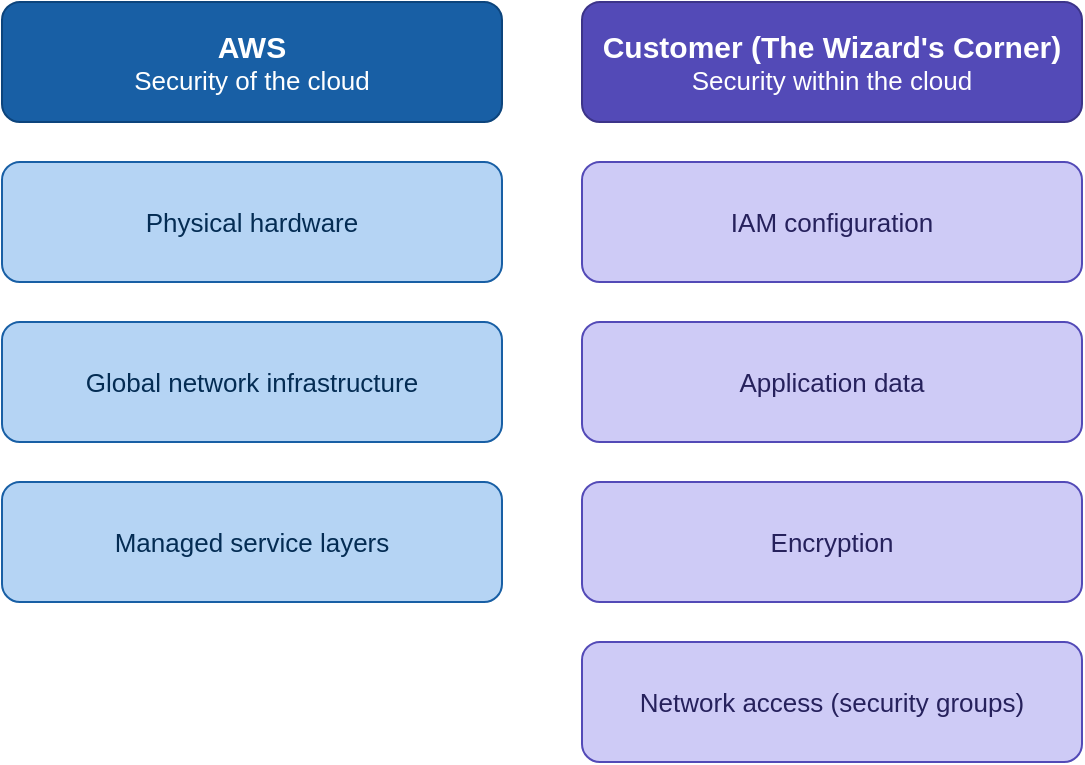
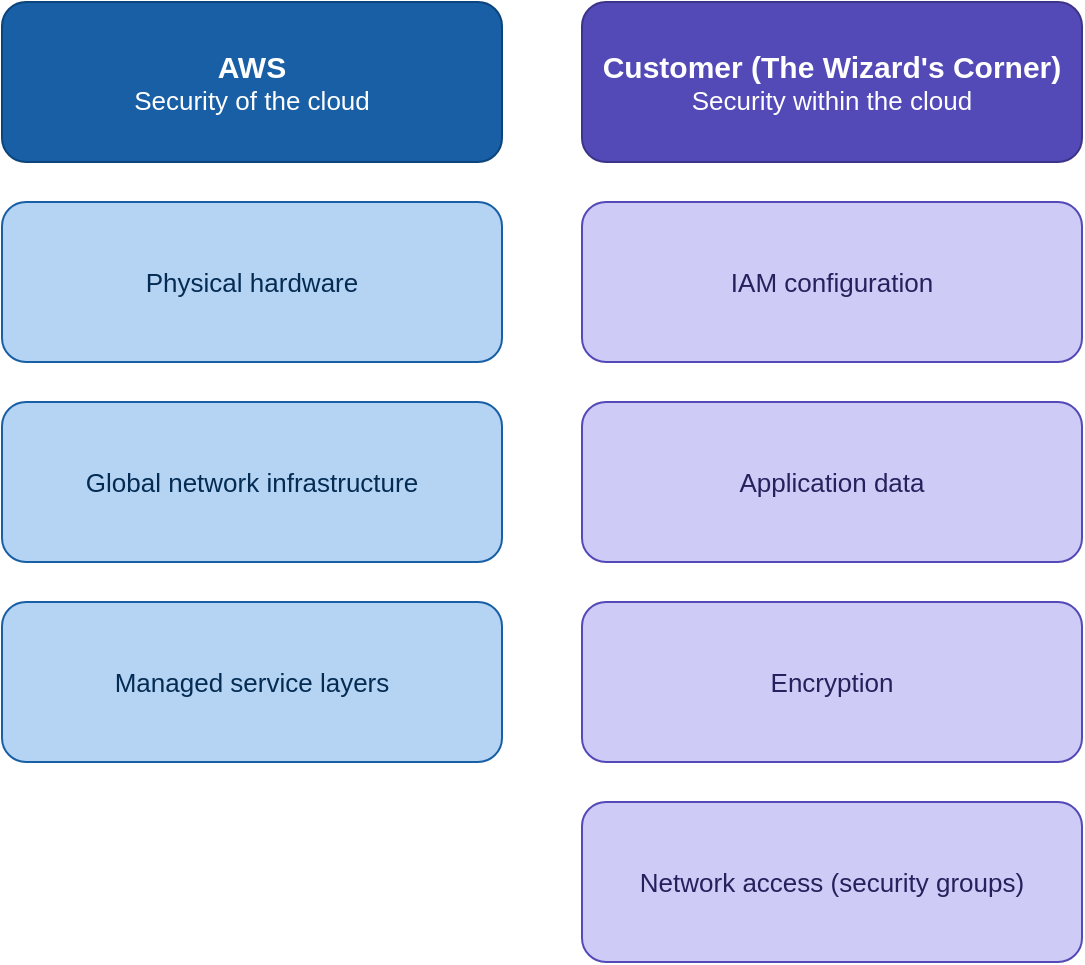
<mxfile host="app.diagrams.net">
  <diagram name="Page-1" id="aWAIPDW9-l7cAztTikrX">
-     <mxGraphModel dx="1174" dy="635" grid="1" gridSize="10" guides="1" tooltips="1" connect="1" arrows="1" fold="1" page="1" pageScale="1" pageWidth="850" pageHeight="1100" math="0" shadow="0">
+     <mxGraphModel dx="1417" dy="766" grid="1" gridSize="10" guides="1" tooltips="1" connect="1" arrows="1" fold="1" page="1" pageScale="1" pageWidth="850" pageHeight="1100" math="0" shadow="0">
      <root>
        <mxCell id="0" />
        <mxCell id="1" parent="0" />
        <mxCell id="unACmiRd4EjRlyT-_z9m-1" parent="1" style="rounded=1;whiteSpace=wrap;html=1;fillColor=#185FA5;strokeColor=#0C447C;fontColor=#FFFFFF;" value="&lt;div&gt;&lt;font style=&quot;font-size: 15px;&quot;&gt;&lt;b&gt;&lt;font&gt;AWS&lt;/font&gt;&lt;/b&gt;&lt;/font&gt;&lt;/div&gt;&lt;div&gt;&lt;font style=&quot;font-size: 13px;&quot;&gt;Security of the cloud&lt;/font&gt;&lt;/div&gt;" vertex="1">
-           <mxGeometry height="60" width="250" x="150" y="300" as="geometry" />
+           <mxGeometry height="80" width="250" x="150" y="280" as="geometry" />
        </mxCell>
        <mxCell id="unACmiRd4EjRlyT-_z9m-2" parent="1" style="rounded=1;whiteSpace=wrap;html=1;fillColor=#B5D4F4;strokeColor=#185FA5;fontColor=#042C53;fontSize=13;" value="Physical hardware" vertex="1">
-           <mxGeometry height="60" width="250" x="150" y="380" as="geometry" />
+           <mxGeometry height="80" width="250" x="150" y="380" as="geometry" />
        </mxCell>
        <mxCell id="unACmiRd4EjRlyT-_z9m-3" parent="1" style="rounded=1;whiteSpace=wrap;html=1;fillColor=#B5D4F4;strokeColor=#185FA5;fontColor=#042C53;fontSize=13;" value="Global network infrastructure" vertex="1">
-           <mxGeometry height="60" width="250" x="150" y="460" as="geometry" />
+           <mxGeometry height="80" width="250" x="150" y="480" as="geometry" />
        </mxCell>
        <mxCell id="unACmiRd4EjRlyT-_z9m-4" parent="1" style="rounded=1;whiteSpace=wrap;html=1;fillColor=#CECBF6;strokeColor=#534AB7;fontColor=#26215C;fontSize=13;" value="IAM configuration" vertex="1">
-           <mxGeometry height="60" width="250" x="440" y="380" as="geometry" />
+           <mxGeometry height="80" width="250" x="440" y="380" as="geometry" />
        </mxCell>
        <mxCell id="unACmiRd4EjRlyT-_z9m-5" parent="1" style="rounded=1;whiteSpace=wrap;html=1;fillColor=#534AB7;strokeColor=#3C3489;fontColor=#FFFFFF;" value="&lt;div&gt;&lt;font style=&quot;font-size: 15px;&quot;&gt;&lt;b&gt;Customer (The Wizard&#39;s Corner)&lt;/b&gt;&lt;/font&gt;&lt;/div&gt;&lt;div&gt;&lt;font style=&quot;font-size: 13px;&quot;&gt;Security within the cloud&lt;/font&gt;&lt;/div&gt;" vertex="1">
-           <mxGeometry height="60" width="250" x="440" y="300" as="geometry" />
+           <mxGeometry height="80" width="250" x="440" y="280" as="geometry" />
        </mxCell>
        <mxCell id="unACmiRd4EjRlyT-_z9m-6" parent="1" style="rounded=1;whiteSpace=wrap;html=1;fillColor=#CECBF6;strokeColor=#534AB7;fontColor=#26215C;fontSize=13;" value="Application data" vertex="1">
-           <mxGeometry height="60" width="250" x="440" y="460" as="geometry" />
+           <mxGeometry height="80" width="250" x="440" y="480" as="geometry" />
        </mxCell>
        <mxCell id="unACmiRd4EjRlyT-_z9m-7" parent="1" style="rounded=1;whiteSpace=wrap;html=1;fillColor=#CECBF6;strokeColor=#534AB7;fontColor=#26215C;fontSize=13;" value="Encryption" vertex="1">
-           <mxGeometry height="60" width="250" x="440" y="540" as="geometry" />
+           <mxGeometry height="80" width="250" x="440" y="580" as="geometry" />
        </mxCell>
        <mxCell id="unACmiRd4EjRlyT-_z9m-8" parent="1" style="rounded=1;whiteSpace=wrap;html=1;fillColor=#B5D4F4;strokeColor=#185FA5;fontColor=#042C53;fontSize=13;" value="Managed service layers" vertex="1">
-           <mxGeometry height="60" width="250" x="150" y="540" as="geometry" />
+           <mxGeometry height="80" width="250" x="150" y="580" as="geometry" />
        </mxCell>
        <mxCell id="unACmiRd4EjRlyT-_z9m-9" parent="1" style="rounded=1;whiteSpace=wrap;html=1;fillColor=#CECBF6;strokeColor=#534AB7;fontColor=#26215C;fontSize=13;" value="Network access (security groups)" vertex="1">
-           <mxGeometry height="60" width="250" x="440" y="620" as="geometry" />
+           <mxGeometry height="80" width="250" x="440" y="680" as="geometry" />
        </mxCell>
      </root>
    </mxGraphModel>
  </diagram>
</mxfile>
